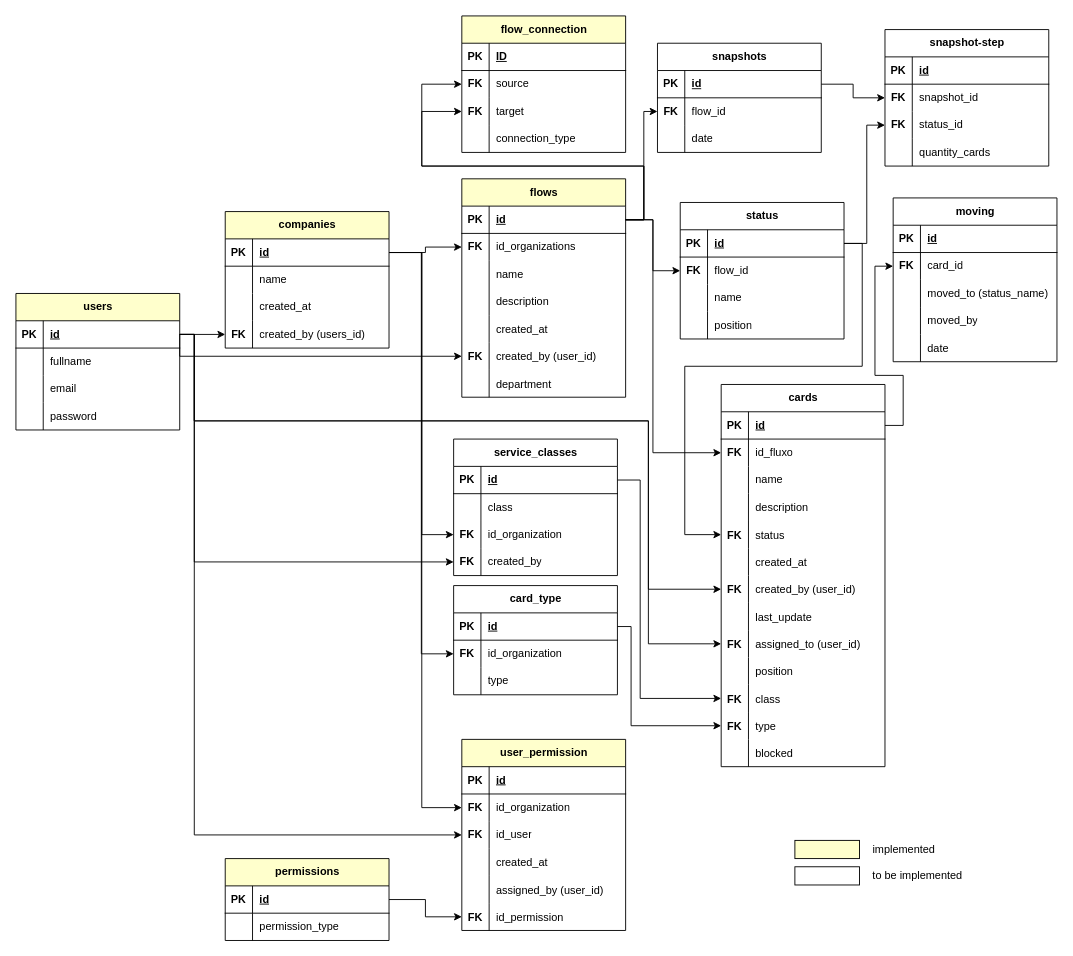
Before: tabelas.drawio in andrechamelete/flow-management, a draw.io diagram. Source tidied: cells renumbered, new cells numbered last; positions are measured from the earlier drawing's top-left corner, leaving out a move shared by most shapes. Both pictures are drawn from the tidied source at 91%, with x=0, y=0 at pixel (15, 15).
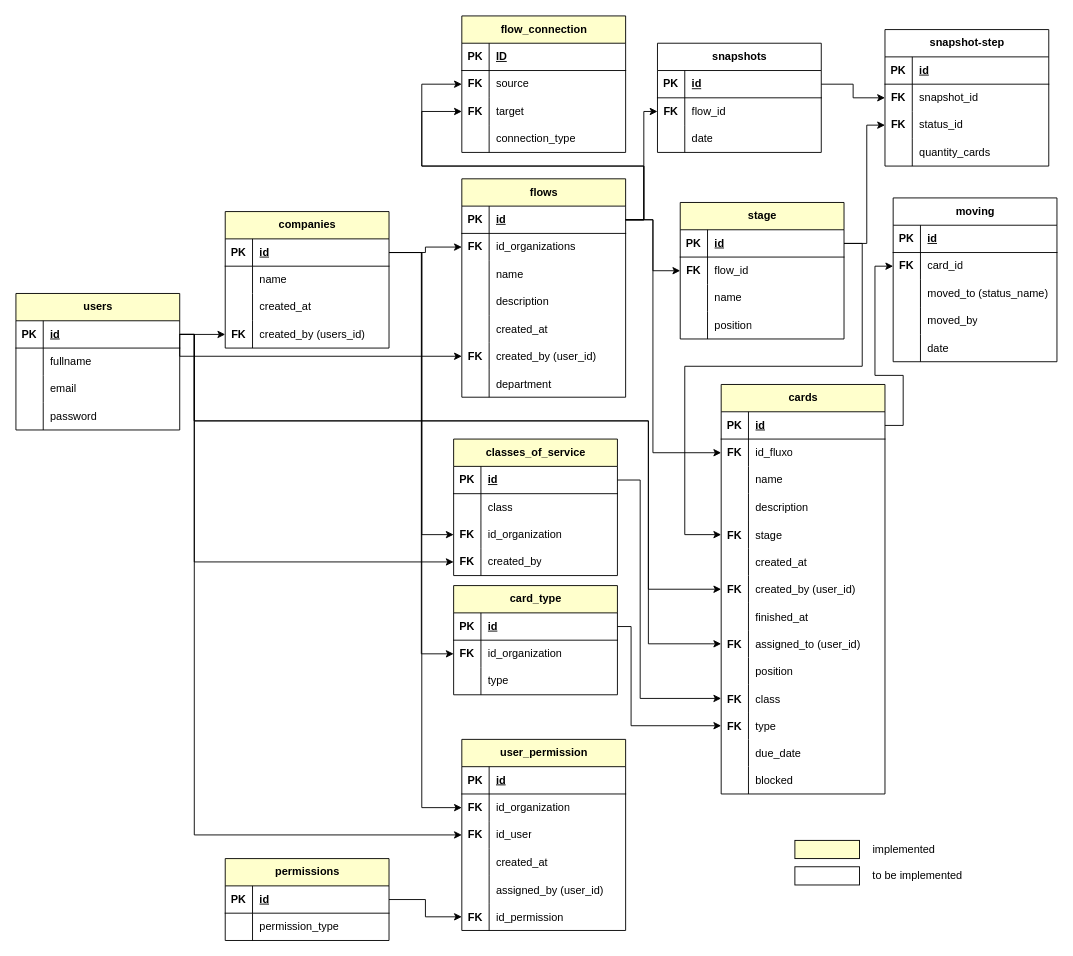
After the change.

Commit message (it also covers changes not shown here):
updated tables schema

Unchanged cells that the change refers to:
```xml
<mxCell id="71" style="shape=tableRow;horizontal=0;startSize=0;swimlaneHead=0;swimlaneBody=0;fillColor=none;points=[[0,0.5],[1,0.5]];portConstraint=eastwest;top=0;left=0;right=0;bottom=0;" parent="58" vertex="1">
  <mxGeometry y="150" width="180" height="30" as="geometry" />
</mxCell>
<mxCell id="80" style="shape=tableRow;horizontal=0;startSize=0;swimlaneHead=0;swimlaneBody=0;fillColor=none;top=0;left=0;right=0;bottom=0;" parent="58" vertex="1">
  <mxGeometry y="240" width="180" height="30" as="geometry" />
</mxCell>
<mxCell id="95" style="shape=tableRow;horizontal=0;startSize=0;swimlaneHead=0;swimlaneBody=0;fillColor=none;top=0;left=0;right=0;bottom=0;" parent="58" vertex="1">
  <mxGeometry y="390" width="180" height="30" as="geometry" />
</mxCell>
```

The edit, as a diff of the source:
```diff
@@
-    <mxCell id="58" value="cards" style="shape=table;startSize=30;childLayout=tableLayout;rowLines=0;fontStyle=1;align=center;html=1;" parent="1" vertex="1">
-      <mxGeometry x="775" y="405" width="180" height="420" as="geometry" />
+    <mxCell id="58" value="cards" style="shape=table;startSize=30;childLayout=tableLayout;rowLines=0;fontStyle=1;align=center;html=1;fillColor=#FFFFCC;" parent="1" vertex="1">
+      <mxGeometry x="775" y="405" width="180" height="450" as="geometry" />
     </mxCell>
@@
-    <mxCell id="73" value="status" style="shape=partialRectangle;fillColor=none;top=0;left=0;bottom=0;right=0;align=left;spacingLeft=6;overflow=hidden;" parent="71" vertex="1">
+    <mxCell id="73" value="stage" style="shape=partialRectangle;fillColor=none;top=0;left=0;bottom=0;right=0;align=left;spacingLeft=6;overflow=hidden;" parent="71" vertex="1">
       <mxGeometry x="30" width="150" height="30" as="geometry" />
     </mxCell>
@@
-    <mxCell id="82" value="last_update" style="shape=partialRectangle;fillColor=none;top=0;left=0;bottom=0;right=0;align=left;spacingLeft=6;overflow=hidden;" parent="80" vertex="1">
+    <mxCell id="82" value="finished_at" style="shape=partialRectangle;fillColor=none;top=0;left=0;bottom=0;right=0;align=left;spacingLeft=6;overflow=hidden;" parent="80" vertex="1">
       <mxGeometry x="30" width="150" height="30" as="geometry" />
     </mxCell>
@@
-    <mxCell id="97" value="blocked" style="shape=partialRectangle;fillColor=none;top=0;left=0;bottom=0;right=0;align=left;spacingLeft=6;overflow=hidden;" parent="95" vertex="1">
+    <mxCell id="97" value="due_date" style="shape=partialRectangle;fillColor=none;top=0;left=0;bottom=0;right=0;align=left;spacingLeft=6;overflow=hidden;" parent="95" vertex="1">
       <mxGeometry x="30" width="150" height="30" as="geometry" />
     </mxCell>
+    <mxCell id="231" style="shape=tableRow;horizontal=0;startSize=0;swimlaneHead=0;swimlaneBody=0;fillColor=none;top=0;left=0;right=0;bottom=0;" parent="58" vertex="1">
+      <mxGeometry y="420" width="180" height="30" as="geometry" />
+    </mxCell>
+    <mxCell id="232" style="shape=partialRectangle;fillColor=none;top=0;left=0;bottom=0;right=0;overflow=hidden;fontStyle=1;" parent="231" vertex="1">
+      <mxGeometry width="30" height="30" as="geometry" />
+    </mxCell>
+    <mxCell id="233" value="blocked" style="shape=partialRectangle;fillColor=none;top=0;left=0;bottom=0;right=0;align=left;spacingLeft=6;overflow=hidden;" parent="231" vertex="1">
+      <mxGeometry x="30" width="150" height="30" as="geometry" />
+    </mxCell>
-    <mxCell id="98" value="status" style="shape=table;startSize=30;childLayout=tableLayout;rowLines=0;fontStyle=1;align=center;html=1;" parent="1" vertex="1">
+    <mxCell id="98" value="stage" style="shape=table;startSize=30;childLayout=tableLayout;rowLines=0;fontStyle=1;align=center;html=1;fillColor=#FFFFCC;" parent="1" vertex="1">
       <mxGeometry x="730" y="205" width="180" height="150" as="geometry" />
     </mxCell>
@@
-    <mxCell id="180" value="service_classes" style="shape=table;startSize=30;childLayout=tableLayout;rowLines=0;fontStyle=1;align=center;html=1;" parent="1" vertex="1">
+    <mxCell id="180" value="classes_of_service" style="shape=table;startSize=30;childLayout=tableLayout;rowLines=0;fontStyle=1;align=center;html=1;fillColor=#FFFFCC;" parent="1" vertex="1">
       <mxGeometry x="481" y="465" width="180" height="150" as="geometry" />
     </mxCell>
@@
-    <mxCell id="193" value="card_type" style="shape=table;startSize=30;childLayout=tableLayout;rowLines=0;fontStyle=1;align=center;html=1;" parent="1" vertex="1">
+    <mxCell id="193" value="card_type" style="shape=table;startSize=30;childLayout=tableLayout;rowLines=0;fontStyle=1;align=center;html=1;fillColor=#FFFFCC;" parent="1" vertex="1">
       <mxGeometry x="481" y="626" width="180" height="120" as="geometry" />
     </mxCell>
```
